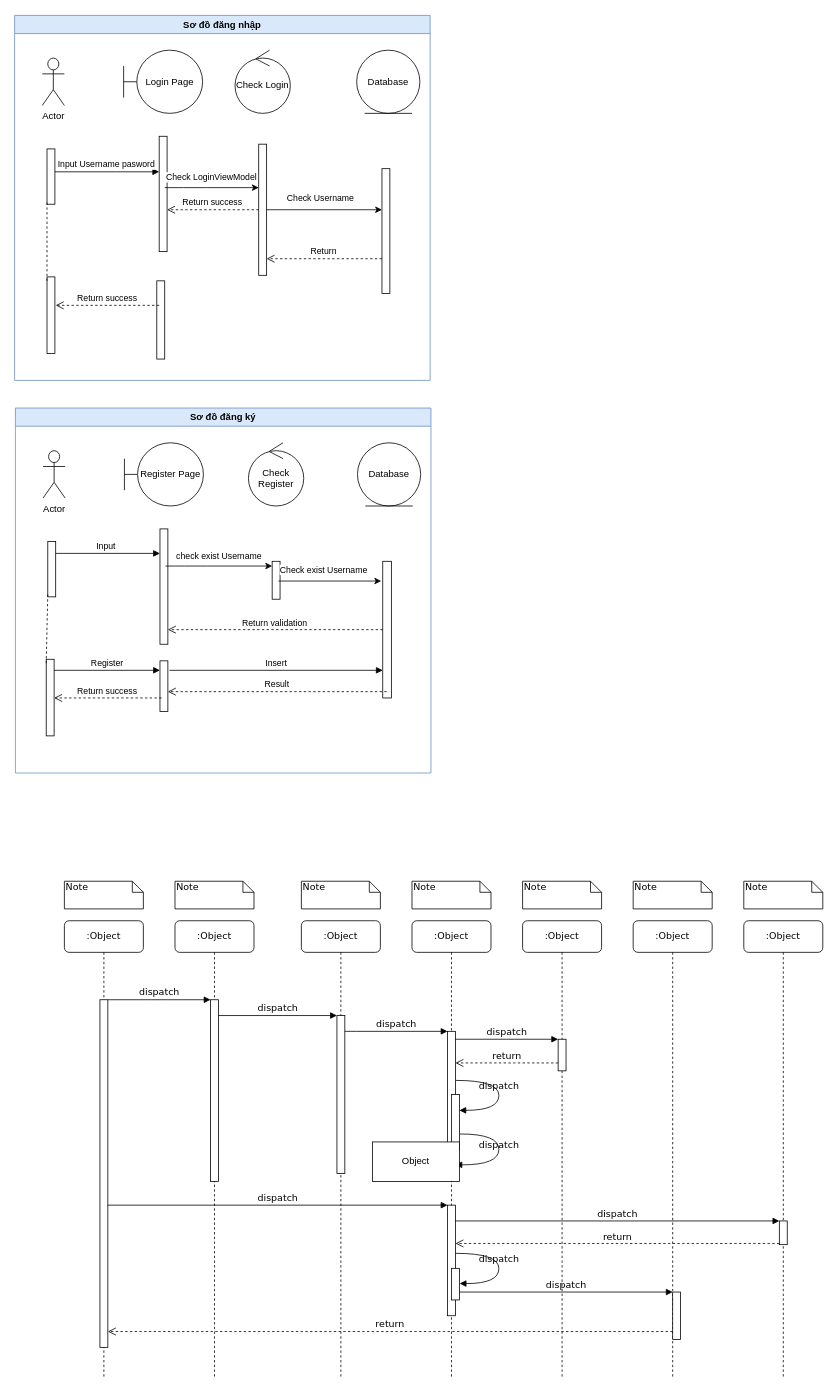
trandai2k17/aspnet_html keeps this draw.io diagram as page "Page-1" (1 of 4) of Biểu đồ không có tiêu đề.drawio. Above is the earlier version. Source tidied: cells renumbered, new cells numbered last; positions are measured from the earlier drawing's top-left corner, leaving out a move shared by most shapes. Both pictures are drawn from the tidied source at 79%, with x=0, y=0 at pixel (14, 15).
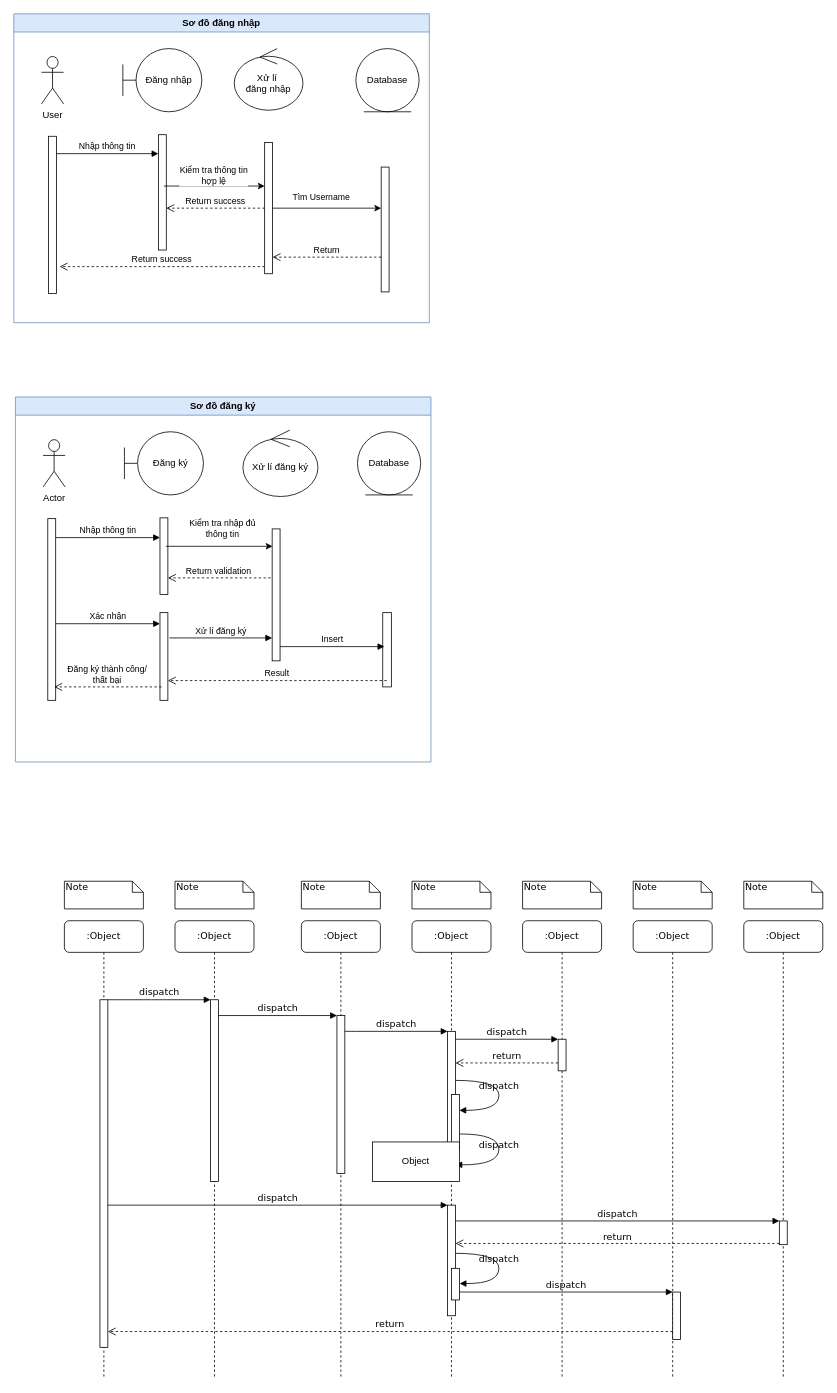
Above is the later version.

Unchanged cells that the change refers to:
```xml
<mxCell id="46" style="html=1;points=[[0,0,0,0,5],[0,1,0,0,-5],[1,0,0,0,5],[1,1,0,0,-5]];perimeter=orthogonalPerimeter;outlineConnect=0;targetShapes=umlLifeline;portConstraint=eastwest;newEdgeStyle={&quot;curved&quot;:0,&quot;rounded&quot;:0};" parent="40" vertex="1">
  <mxGeometry x="183" y="153" width="10" height="146" as="geometry" />
</mxCell>
<mxCell id="48" style="endArrow=classic;html=1;rounded=0;" parent="40" edge="1" target="55">
  <mxGeometry relative="1" as="geometry">
    <mxPoint x="190" y="218" as="sourcePoint" />
    <Array as="points">
      <mxPoint x="214" y="218" />
      <mxPoint x="243" y="218" />
    </Array>
  </mxGeometry>
</mxCell>
<mxCell id="57" style="endArrow=classic;html=1;rounded=0;" parent="40" edge="1" source="55" target="51">
  <mxGeometry relative="1" as="geometry" />
</mxCell>
```

Diff of the diagram source:
```diff
@@
     <mxCell id="40" value="Sơ đồ đăng nhập" style="swimlane;whiteSpace=wrap;fillColor=#dae8fc;strokeColor=#6c8ebf;gradientColor=none;html=1;textShadow=0;labelBorderColor=none;" parent="1" vertex="1">
-      <mxGeometry width="526" height="462" as="geometry" />
+      <mxGeometry x="-1" y="-2" width="526" height="391" as="geometry" />
     </mxCell>
-    <mxCell id="41" value="Check Login" style="ellipse;shape=umlControl;whiteSpace=wrap;html=1;" parent="40" vertex="1">
-      <mxGeometry x="279" y="44" width="70" height="80" as="geometry" />
+    <mxCell id="41" value="Xử lí&amp;nbsp;&lt;div&gt;đăng nhập&lt;/div&gt;" style="ellipse;shape=umlControl;whiteSpace=wrap;html=1;" parent="40" vertex="1">
+      <mxGeometry x="279" y="44" width="87" height="78" as="geometry" />
     </mxCell>
@@
-    <mxCell id="43" value="Login Page" style="shape=umlBoundary;whiteSpace=wrap;html=1;" parent="40" vertex="1">
+    <mxCell id="43" value="Đăng nhập" style="shape=umlBoundary;whiteSpace=wrap;html=1;" parent="40" vertex="1">
       <mxGeometry x="138" y="44" width="100" height="80" as="geometry" />
     </mxCell>
-    <mxCell id="44" value="Actor" style="shape=umlActor;verticalLabelPosition=bottom;verticalAlign=top;html=1;" parent="40" vertex="1">
+    <mxCell id="44" value="User" style="shape=umlActor;verticalLabelPosition=bottom;verticalAlign=top;html=1;" parent="40" vertex="1">
       <mxGeometry x="35" y="54" width="28" height="60" as="geometry" />
     </mxCell>
     <mxCell id="45" style="html=1;points=[[0,0,0,0,5],[0,1,0,0,-5],[1,0,0,0,5],[1,1,0,0,-5]];perimeter=orthogonalPerimeter;outlineConnect=0;targetShapes=umlLifeline;portConstraint=eastwest;newEdgeStyle={&quot;curved&quot;:0,&quot;rounded&quot;:0};" parent="40" vertex="1">
-      <mxGeometry x="41" y="169" width="10" height="70" as="geometry" />
+      <mxGeometry x="44" y="155" width="10" height="199" as="geometry" />
     </mxCell>
@@
-    <mxCell id="47" value="Input Username pasword" style="html=1;verticalAlign=bottom;endArrow=block;curved=0;rounded=0;" parent="40" edge="1" source="45" target="46">
+    <mxCell id="47" value="Nhập thông tin" style="html=1;verticalAlign=bottom;endArrow=block;curved=0;rounded=0;" parent="40" edge="1">
       <mxGeometry x="-0.01" relative="1" as="geometry">
-        <Array as="points">
-          <mxPoint x="129" y="198" />
-        </Array>
+        <mxPoint x="54" y="177" as="sourcePoint" />
+        <mxPoint x="183" y="177" as="targetPoint" />
       </mxGeometry>
     </mxCell>
@@
-    <mxCell id="49" value="Check LoginViewModel" style="edgeLabel;html=1;align=center;verticalAlign=middle;" parent="48" vertex="1">
+    <mxCell id="49" value="Kiểm tra thông tin&lt;div&gt;hợp lệ&lt;/div&gt;" style="edgeLabel;html=1;align=center;verticalAlign=middle;" parent="48" vertex="1">
       <mxGeometry x="-0.04" y="-5" relative="1" as="geometry">
         <mxPoint x="1" y="-19" as="offset" />
       </mxGeometry>
     </mxCell>
-    <mxCell id="50" style="html=1;perimeter=orthogonalPerimeter;targetShapes=umlLifeline;newEdgeStyle={&quot;curved&quot;:0,&quot;rounded&quot;:0};" parent="40" vertex="1">
-      <mxGeometry x="180" y="336" width="10" height="99" as="geometry" />
-    </mxCell>
@@
-    <mxCell id="52" value="Return success" style="html=1;verticalAlign=bottom;endArrow=open;dashed=1;endSize=8;curved=0;rounded=0;" parent="40" edge="1">
+    <mxCell id="52" value="Return success" style="html=1;verticalAlign=bottom;endArrow=open;dashed=1;endSize=8;curved=0;rounded=0;" parent="40" edge="1" source="55">
       <mxGeometry x="0.01" relative="1" as="geometry">
-        <mxPoint x="183" y="367" as="sourcePoint" />
-        <mxPoint x="52" y="367" as="targetPoint" />
+        <mxPoint x="58" y="320" as="targetPoint" />
       </mxGeometry>
     </mxCell>
-    <mxCell id="53" style="html=1;points=[[0,0,0,0,5],[0,1,0,0,-5],[1,0,0,0,5],[1,1,0,0,-5]];perimeter=orthogonalPerimeter;outlineConnect=0;targetShapes=umlLifeline;portConstraint=eastwest;newEdgeStyle={&quot;curved&quot;:0,&quot;rounded&quot;:0};" parent="40" vertex="1">
-      <mxGeometry x="41" y="331" width="10" height="97" as="geometry" />
-    </mxCell>
-    <mxCell id="54" style="endArrow=none;dashed=1;html=1;rounded=0;entryX=0;entryY=1;entryDx=0;entryDy=-5;entryPerimeter=0;exitX=0;exitY=0;exitDx=0;exitDy=5;exitPerimeter=0;" parent="40" edge="1" source="53" target="45">
-      <mxGeometry relative="1" as="geometry" />
-    </mxCell>
     <mxCell id="55" style="html=1;points=[[0,0,0,0,5],[0,1,0,0,-5],[1,0,0,0,5],[1,1,0,0,-5]];perimeter=orthogonalPerimeter;outlineConnect=0;targetShapes=umlLifeline;portConstraint=eastwest;newEdgeStyle={&quot;curved&quot;:0,&quot;rounded&quot;:0};" parent="40" vertex="1">
-      <mxGeometry x="309" y="163" width="10" height="166" as="geometry" />
+      <mxGeometry x="317.5" y="163" width="10" height="166" as="geometry" />
     </mxCell>
@@
-    <mxCell id="58" value="Check Username" style="edgeLabel;html=1;align=center;verticalAlign=middle;" parent="57" vertex="1">
+    <mxCell id="58" value="Tìm Username" style="edgeLabel;html=1;align=center;verticalAlign=middle;" parent="57" vertex="1">
       <mxGeometry x="0.44" y="1" relative="1" as="geometry">
         <mxPoint x="-38" y="-14" as="offset" />
       </mxGeometry>
     </mxCell>
@@
     <mxCell id="60" value="Sơ đồ đăng ký" style="swimlane;whiteSpace=wrap;fillColor=#dae8fc;strokeColor=#6c8ebf;gradientColor=none;html=1;textShadow=0;labelBorderColor=none;" parent="1" vertex="1">
-      <mxGeometry x="1" y="497" width="526" height="462" as="geometry" />
+      <mxGeometry x="1" y="483" width="526" height="462" as="geometry" />
     </mxCell>
-    <mxCell id="61" value="Check Register" style="ellipse;shape=umlControl;whiteSpace=wrap;html=1;" parent="60" vertex="1">
-      <mxGeometry x="295" y="44" width="70" height="80" as="geometry" />
+    <mxCell id="61" value="Xử lí đăng ký" style="ellipse;shape=umlControl;whiteSpace=wrap;html=1;" parent="60" vertex="1">
+      <mxGeometry x="288" y="42" width="95" height="84" as="geometry" />
     </mxCell>
@@
-    <mxCell id="63" value="Register Page" style="shape=umlBoundary;whiteSpace=wrap;html=1;" parent="60" vertex="1">
+    <mxCell id="63" value="Đăng ký" style="shape=umlBoundary;whiteSpace=wrap;html=1;" parent="60" vertex="1">
       <mxGeometry x="138" y="44" width="100" height="80" as="geometry" />
     </mxCell>
@@
     <mxCell id="65" style="html=1;points=[[0,0,0,0,5],[0,1,0,0,-5],[1,0,0,0,5],[1,1,0,0,-5]];perimeter=orthogonalPerimeter;outlineConnect=0;targetShapes=umlLifeline;portConstraint=eastwest;newEdgeStyle={&quot;curved&quot;:0,&quot;rounded&quot;:0};" parent="60" vertex="1">
-      <mxGeometry x="41" y="169" width="10" height="70" as="geometry" />
+      <mxGeometry x="41" y="154" width="10" height="230" as="geometry" />
     </mxCell>
     <mxCell id="66" style="html=1;points=[[0,0,0,0,5],[0,1,0,0,-5],[1,0,0,0,5],[1,1,0,0,-5]];perimeter=orthogonalPerimeter;outlineConnect=0;targetShapes=umlLifeline;portConstraint=eastwest;newEdgeStyle={&quot;curved&quot;:0,&quot;rounded&quot;:0};" parent="60" vertex="1">
-      <mxGeometry x="183" y="153" width="10" height="146" as="geometry" />
+      <mxGeometry x="183" y="153" width="10" height="97" as="geometry" />
     </mxCell>
-    <mxCell id="67" value="Input&amp;nbsp;" style="html=1;verticalAlign=bottom;endArrow=block;curved=0;rounded=0;" parent="60" edge="1">
-      <mxGeometry x="-0.01" relative="1" as="geometry">
-        <mxPoint x="51" y="184" as="sourcePoint" />
-        <mxPoint x="183" y="184" as="targetPoint" />
+    <mxCell id="67" value="Nhập thông tin" style="html=1;verticalAlign=bottom;endArrow=block;curved=0;rounded=0;" parent="60" edge="1">
+      <mxGeometry relative="1" as="geometry">
+        <mxPoint x="51" y="178" as="sourcePoint" />
+        <mxPoint x="183" y="178" as="targetPoint" />
       </mxGeometry>
     </mxCell>
-    <mxCell id="68" style="endArrow=classic;html=1;rounded=0;" parent="60" edge="1" target="75">
+    <mxCell id="68" style="endArrow=classic;html=1;rounded=0;" parent="60" edge="1">
       <mxGeometry relative="1" as="geometry">
-        <mxPoint x="190" y="200" as="sourcePoint" />
+        <mxPoint x="190.5" y="189" as="sourcePoint" />
+        <mxPoint x="325.5" y="189" as="targetPoint" />
         <Array as="points">
-          <mxPoint x="214" y="200" />
-          <mxPoint x="243" y="200" />
+          <mxPoint x="214.5" y="189" />
+          <mxPoint x="243.5" y="189" />
         </Array>
       </mxGeometry>
     </mxCell>
-    <mxCell id="69" value="&amp;nbsp;check exist Username" style="edgeLabel;html=1;align=center;verticalAlign=middle;" parent="68" vertex="1">
+    <mxCell id="69" value="Kiểm tra nhập đủ&lt;div&gt;thông tin&lt;/div&gt;" style="edgeLabel;html=1;align=center;verticalAlign=middle;" parent="68" vertex="1">
       <mxGeometry x="-0.04" y="-5" relative="1" as="geometry">
-        <mxPoint y="-19" as="offset" />
+        <mxPoint x="6" y="-28" as="offset" />
       </mxGeometry>
     </mxCell>
     <mxCell id="70" style="html=1;points=[[0,0,0,0,5],[0,1,0,0,-5],[1,0,0,0,5],[1,1,0,0,-5]];perimeter=orthogonalPerimeter;outlineConnect=0;targetShapes=umlLifeline;portConstraint=eastwest;newEdgeStyle={&quot;curved&quot;:0,&quot;rounded&quot;:0};" parent="60" vertex="1">
-      <mxGeometry x="183" y="320" width="10" height="64" as="geometry" />
+      <mxGeometry x="183" y="273" width="10" height="111" as="geometry" />
     </mxCell>
     <mxCell id="71" style="html=1;points=[[0,0,0,0,5],[0,1,0,0,-5],[1,0,0,0,5],[1,1,0,0,-5]];perimeter=orthogonalPerimeter;outlineConnect=0;targetShapes=umlLifeline;portConstraint=eastwest;newEdgeStyle={&quot;curved&quot;:0,&quot;rounded&quot;:0};" parent="60" vertex="1">
-      <mxGeometry x="465" y="194" width="10.9" height="173" as="geometry" />
+      <mxGeometry x="465" y="273" width="10.9" height="94" as="geometry" />
     </mxCell>
-    <mxCell id="72" value="Return success" style="html=1;verticalAlign=bottom;endArrow=open;dashed=1;endSize=8;curved=0;rounded=0;" parent="60" edge="1" target="73">
+    <mxCell id="72" value="Đăng ký thành công/&lt;div&gt;thất bại&lt;/div&gt;" style="html=1;verticalAlign=bottom;endArrow=open;dashed=1;endSize=8;curved=0;rounded=0;" parent="60" edge="1">
       <mxGeometry x="0.01" relative="1" as="geometry">
         <mxPoint x="185" y="367" as="sourcePoint" />
+        <mxPoint x="49" y="367" as="targetPoint" />
       </mxGeometry>
     </mxCell>
-    <mxCell id="73" style="html=1;points=[[0,0,0,0,5],[0,1,0,0,-5],[1,0,0,0,5],[1,1,0,0,-5]];perimeter=orthogonalPerimeter;outlineConnect=0;targetShapes=umlLifeline;portConstraint=eastwest;newEdgeStyle={&quot;curved&quot;:0,&quot;rounded&quot;:0};" parent="60" vertex="1">
-      <mxGeometry x="39" y="318" width="10" height="97" as="geometry" />
-    </mxCell>
-    <mxCell id="74" style="endArrow=none;dashed=1;html=1;rounded=0;entryX=0;entryY=1;entryDx=0;entryDy=-5;entryPerimeter=0;exitX=0;exitY=0;exitDx=0;exitDy=5;exitPerimeter=0;" parent="60" edge="1" source="73" target="65">
-      <mxGeometry relative="1" as="geometry" />
-    </mxCell>
     <mxCell id="75" style="html=1;points=[[0,0,0,0,5],[0,1,0,0,-5],[1,0,0,0,5],[1,1,0,0,-5]];perimeter=orthogonalPerimeter;outlineConnect=0;targetShapes=umlLifeline;portConstraint=eastwest;newEdgeStyle={&quot;curved&quot;:0,&quot;rounded&quot;:0};" parent="60" vertex="1">
-      <mxGeometry x="325" y="194" width="10" height="48" as="geometry" />
+      <mxGeometry x="325" y="167" width="10" height="167" as="geometry" />
     </mxCell>
-    <mxCell id="76" style="endArrow=classic;html=1;rounded=0;" parent="60" edge="1">
-      <mxGeometry relative="1" as="geometry">
-        <mxPoint x="333" y="219" as="sourcePoint" />
-        <mxPoint x="463" y="219" as="targetPoint" />
-      </mxGeometry>
-    </mxCell>
-    <mxCell id="77" value="Check exist Username" style="edgeLabel;html=1;align=center;verticalAlign=middle;" parent="76" vertex="1">
-      <mxGeometry x="0.44" y="1" relative="1" as="geometry">
-        <mxPoint x="-38" y="-14" as="offset" />
-      </mxGeometry>
-    </mxCell>
-    <mxCell id="78" value="Return validation" style="html=1;verticalAlign=bottom;endArrow=open;dashed=1;endSize=8;curved=0;rounded=0;" parent="60" edge="1" source="71" target="66">
-      <mxGeometry x="0.01" relative="1" as="geometry" />
+    <mxCell id="78" value="Return validation" style="html=1;verticalAlign=bottom;endArrow=open;dashed=1;endSize=8;curved=0;rounded=0;" parent="60" edge="1">
+      <mxGeometry x="0.01" relative="1" as="geometry">
+        <mxPoint x="323" y="229" as="sourcePoint" />
+        <mxPoint x="193" y="229" as="targetPoint" />
+      </mxGeometry>
     </mxCell>
-    <mxCell id="79" value="Register" style="html=1;verticalAlign=bottom;endArrow=block;curved=0;rounded=0;" parent="60" edge="1" target="70">
+    <mxCell id="79" value="Xác nhận" style="html=1;verticalAlign=bottom;endArrow=block;curved=0;rounded=0;" parent="60" edge="1" source="65">
       <mxGeometry relative="1" as="geometry">
-        <mxPoint x="49" y="332" as="sourcePoint" />
+        <mxPoint x="183" y="287" as="targetPoint" />
       </mxGeometry>
     </mxCell>
-    <mxCell id="80" value="Insert" style="html=1;verticalAlign=bottom;endArrow=block;curved=0;rounded=0;" parent="60" edge="1" target="71">
+    <mxCell id="80" value="Xử lí đăng ký" style="html=1;verticalAlign=bottom;endArrow=block;curved=0;rounded=0;" parent="60" edge="1" target="75">
       <mxGeometry relative="1" as="geometry">
-        <mxPoint x="195" y="332" as="sourcePoint" />
+        <mxPoint x="195" y="305" as="sourcePoint" />
       </mxGeometry>
     </mxCell>
@@
+    <mxCell id="82" value="Insert" style="html=1;verticalAlign=bottom;endArrow=block;curved=0;rounded=0;" parent="60" edge="1" source="75">
+      <mxGeometry relative="1" as="geometry">
+        <mxPoint x="467" y="316" as="targetPoint" />
+      </mxGeometry>
+    </mxCell>
```
